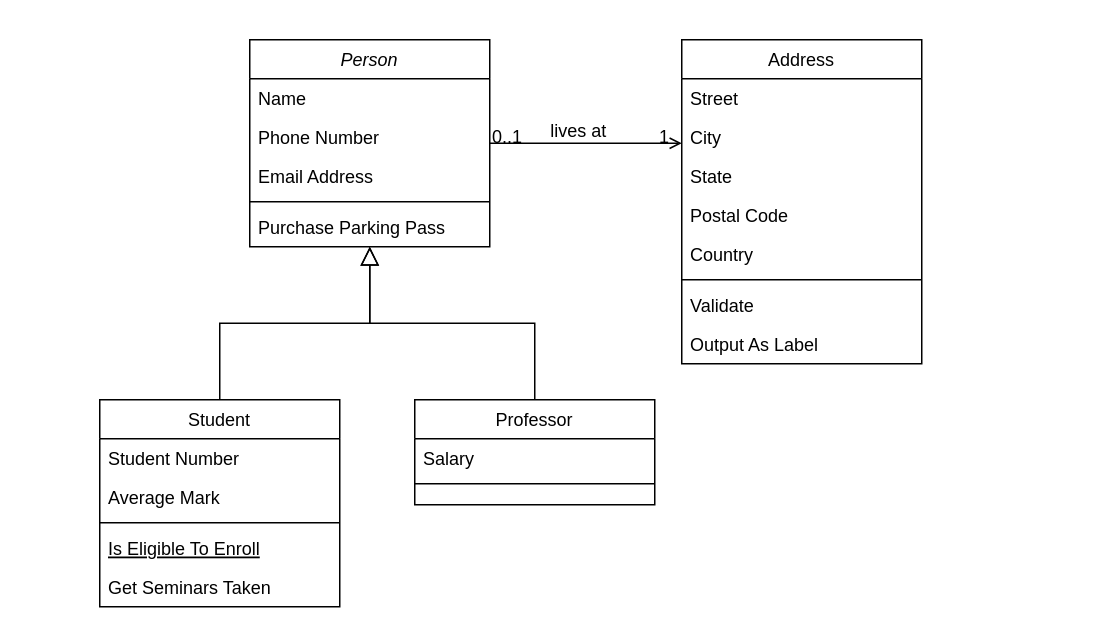
Earlier version of the draw.io diagram UML/Diagram zonder titel.drawio (TygoB-B5/Warworks). Source tidied: cells renumbered, new cells numbered last; positions are measured from the earlier drawing's top-left corner, leaving out a move shared by most shapes. Both pictures are drawn from the tidied source at 150%, with x=0, y=0 at pixel (99, 39).
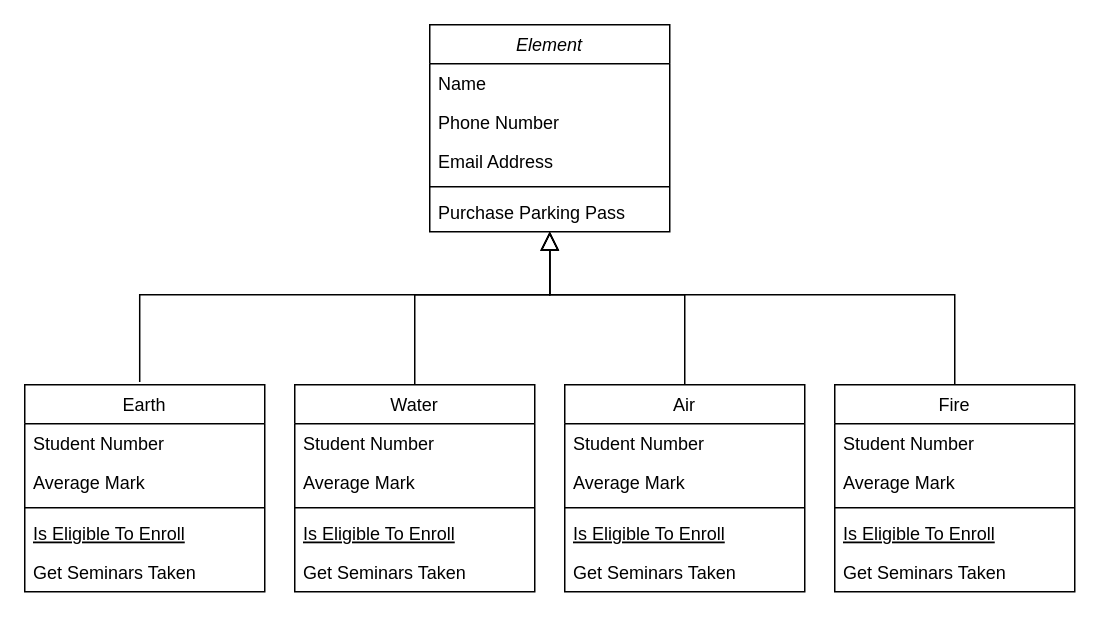
The same page after the edit.

Unchanged cells that the change refers to:
```xml
<mxCell id="7" value="Purchase Parking Pass" style="text;align=left;verticalAlign=top;spacingLeft=4;spacingRight=4;overflow=hidden;points=[[0,0.5],[1,0.5]];portConstraint=eastwest;" parent="2" vertex="1">
  <mxGeometry y="112" width="160" height="26" as="geometry" />
</mxCell>
```

Change to the diagram source:
```diff
@@
-    <mxCell id="2" value="Person" style="swimlane;fontStyle=2;align=center;verticalAlign=top;horizontal=1;startSize=26;rounded=0;shadow=0;strokeWidth=1;" parent="1" vertex="1">
-      <mxGeometry x="100" width="160" height="138" as="geometry" />
+    <mxCell id="2" value="Element" style="swimlane;fontStyle=2;align=center;verticalAlign=top;horizontal=1;startSize=26;rounded=0;shadow=0;strokeWidth=1;" parent="1" vertex="1">
+      <mxGeometry x="220" y="-10" width="160" height="138" as="geometry" />
     </mxCell>
@@
-    <mxCell id="8" value="Student" style="swimlane;fontStyle=0;align=center;verticalAlign=top;horizontal=1;startSize=26;rounded=0;shadow=0;strokeWidth=1;" parent="1" vertex="1">
-      <mxGeometry y="240" width="160" height="138" as="geometry" />
+    <mxCell id="8" value="Water" style="swimlane;fontStyle=0;align=center;verticalAlign=top;horizontal=1;startSize=26;rounded=0;shadow=0;strokeWidth=1;" parent="1" vertex="1">
+      <mxGeometry x="130" y="230" width="160" height="138" as="geometry" />
     </mxCell>
@@
     <mxCell id="14" style="endArrow=block;endSize=10;endFill=0;shadow=0;strokeWidth=1;rounded=0;edgeStyle=elbowEdgeStyle;elbow=vertical;" parent="1" edge="1" source="8" target="2">
-      <mxGeometry relative="1" as="geometry" />
+      <mxGeometry relative="1" as="geometry">
+        <Array as="points">
+          <mxPoint x="300" y="170" />
+        </Array>
+      </mxGeometry>
     </mxCell>
-    <mxCell id="15" value="Professor" style="swimlane;fontStyle=0;align=center;verticalAlign=top;horizontal=1;startSize=26;rounded=0;shadow=0;strokeWidth=1;" parent="1" vertex="1">
-      <mxGeometry x="210" y="240" width="160" height="70" as="geometry" />
-    </mxCell>
-    <mxCell id="16" value="Salary" style="text;align=left;verticalAlign=top;spacingLeft=4;spacingRight=4;overflow=hidden;" parent="15" vertex="1">
-      <mxGeometry y="26" width="160" height="26" as="geometry" />
-    </mxCell>
-    <mxCell id="17" style="line;html=1;strokeWidth=1;align=left;verticalAlign=middle;spacingTop=-1;spacingLeft=3;spacingRight=3;labelPosition=right;" parent="15" vertex="1">
-      <mxGeometry y="52" width="160" height="8" as="geometry" />
-    </mxCell>
-    <mxCell id="18" style="endArrow=block;endSize=10;endFill=0;shadow=0;strokeWidth=1;rounded=0;edgeStyle=elbowEdgeStyle;elbow=vertical;" parent="1" edge="1" source="15" target="2">
-      <mxGeometry relative="1" as="geometry" />
+    <mxCell id="18" style="endArrow=block;endSize=10;endFill=0;shadow=0;strokeWidth=1;rounded=0;edgeStyle=elbowEdgeStyle;elbow=vertical;exitX=0.5;exitY=0;exitDx=0;exitDy=0;" parent="1" edge="1" source="32" target="2">
+      <mxGeometry relative="1" as="geometry">
+        <Array as="points">
+          <mxPoint x="300" y="170" />
+          <mxPoint x="320" y="170" />
+          <mxPoint x="310" y="140" />
+          <mxPoint x="300" y="170" />
+          <mxPoint x="390" y="220" />
+          <mxPoint x="300" y="180" />
+        </Array>
+      </mxGeometry>
     </mxCell>
-    <mxCell id="19" value="Address" style="swimlane;fontStyle=0;align=center;verticalAlign=top;horizontal=1;startSize=26;rounded=0;shadow=0;strokeWidth=1;" parent="1" vertex="1">
-      <mxGeometry x="388" width="160" height="216" as="geometry" />
-    </mxCell>
-    <mxCell id="20" value="Street" style="text;align=left;verticalAlign=top;spacingLeft=4;spacingRight=4;overflow=hidden;" parent="19" vertex="1">
-      <mxGeometry y="26" width="160" height="26" as="geometry" />
-    </mxCell>
-    <mxCell id="21" value="City" style="text;align=left;verticalAlign=top;spacingLeft=4;spacingRight=4;overflow=hidden;rounded=0;shadow=0;html=0;" parent="19" vertex="1">
-      <mxGeometry y="52" width="160" height="26" as="geometry" />
-    </mxCell>
-    <mxCell id="22" value="State" style="text;align=left;verticalAlign=top;spacingLeft=4;spacingRight=4;overflow=hidden;rounded=0;shadow=0;html=0;" parent="19" vertex="1">
-      <mxGeometry y="78" width="160" height="26" as="geometry" />
-    </mxCell>
-    <mxCell id="23" value="Postal Code" style="text;align=left;verticalAlign=top;spacingLeft=4;spacingRight=4;overflow=hidden;rounded=0;shadow=0;html=0;" parent="19" vertex="1">
-      <mxGeometry y="104" width="160" height="26" as="geometry" />
-    </mxCell>
-    <mxCell id="24" value="Country" style="text;align=left;verticalAlign=top;spacingLeft=4;spacingRight=4;overflow=hidden;rounded=0;shadow=0;html=0;" parent="19" vertex="1">
-      <mxGeometry y="130" width="160" height="26" as="geometry" />
-    </mxCell>
-    <mxCell id="25" style="line;html=1;strokeWidth=1;align=left;verticalAlign=middle;spacingTop=-1;spacingLeft=3;spacingRight=3;labelPosition=right;" parent="19" vertex="1">
-      <mxGeometry y="156" width="160" height="8" as="geometry" />
-    </mxCell>
-    <mxCell id="26" value="Validate" style="text;align=left;verticalAlign=top;spacingLeft=4;spacingRight=4;overflow=hidden;" parent="19" vertex="1">
-      <mxGeometry y="164" width="160" height="26" as="geometry" />
-    </mxCell>
-    <mxCell id="27" value="Output As Label" style="text;align=left;verticalAlign=top;spacingLeft=4;spacingRight=4;overflow=hidden;" parent="19" vertex="1">
-      <mxGeometry y="190" width="160" height="26" as="geometry" />
-    </mxCell>
-    <mxCell id="28" style="endArrow=open;shadow=0;strokeWidth=1;rounded=0;endFill=1;edgeStyle=elbowEdgeStyle;elbow=vertical;" parent="1" edge="1" source="2" target="19">
-      <mxGeometry x="0.5" y="41" relative="1" as="geometry">
-        <mxPoint x="-40" y="32" as="offset" />
-      </mxGeometry>
-    </mxCell>
-    <mxCell id="29" value="0..1" style="align=left;verticalAlign=bottom;labelBackgroundColor=none;fontSize=12;" parent="28" vertex="1">
-      <mxGeometry x="-1" relative="1" as="geometry">
-        <mxPoint y="4" as="offset" />
-      </mxGeometry>
-    </mxCell>
-    <mxCell id="30" value="1" style="align=right;verticalAlign=bottom;labelBackgroundColor=none;fontSize=12;" parent="28" vertex="1">
-      <mxGeometry x="1" relative="1" as="geometry">
-        <mxPoint x="-7" y="4" as="offset" />
-      </mxGeometry>
-    </mxCell>
-    <mxCell id="31" value="lives at" style="text;html=1;align=center;verticalAlign=middle;labelBackgroundColor=none;rounded=0;shadow=0;strokeWidth=1;fontSize=12;" parent="28" vertex="1">
-      <mxGeometry x="0.5" y="49" relative="1" as="geometry">
-        <mxPoint x="-38" y="40" as="offset" />
-      </mxGeometry>
-    </mxCell>
+    <mxCell id="32" value="Air" style="swimlane;fontStyle=0;align=center;verticalAlign=top;horizontal=1;startSize=26;rounded=0;shadow=0;strokeWidth=1;" parent="1" vertex="1">
+      <mxGeometry x="310" y="230" width="160" height="138" as="geometry" />
+    </mxCell>
+    <mxCell id="33" value="Student Number" style="text;align=left;verticalAlign=top;spacingLeft=4;spacingRight=4;overflow=hidden;" parent="32" vertex="1">
+      <mxGeometry y="26" width="160" height="26" as="geometry" />
+    </mxCell>
+    <mxCell id="34" value="Average Mark" style="text;align=left;verticalAlign=top;spacingLeft=4;spacingRight=4;overflow=hidden;rounded=0;shadow=0;html=0;" parent="32" vertex="1">
+      <mxGeometry y="52" width="160" height="26" as="geometry" />
+    </mxCell>
+    <mxCell id="35" style="line;html=1;strokeWidth=1;align=left;verticalAlign=middle;spacingTop=-1;spacingLeft=3;spacingRight=3;labelPosition=right;" parent="32" vertex="1">
+      <mxGeometry y="78" width="160" height="8" as="geometry" />
+    </mxCell>
+    <mxCell id="36" value="Is Eligible To Enroll" style="text;align=left;verticalAlign=top;spacingLeft=4;spacingRight=4;overflow=hidden;fontStyle=4;" parent="32" vertex="1">
+      <mxGeometry y="86" width="160" height="26" as="geometry" />
+    </mxCell>
+    <mxCell id="37" value="Get Seminars Taken" style="text;align=left;verticalAlign=top;spacingLeft=4;spacingRight=4;overflow=hidden;" parent="32" vertex="1">
+      <mxGeometry y="112" width="160" height="26" as="geometry" />
+    </mxCell>
+    <mxCell id="38" value="Fire" style="swimlane;fontStyle=0;align=center;verticalAlign=top;horizontal=1;startSize=26;rounded=0;shadow=0;strokeWidth=1;" parent="1" vertex="1">
+      <mxGeometry x="490" y="230" width="160" height="138" as="geometry" />
+    </mxCell>
+    <mxCell id="39" value="Student Number" style="text;align=left;verticalAlign=top;spacingLeft=4;spacingRight=4;overflow=hidden;" parent="38" vertex="1">
+      <mxGeometry y="26" width="160" height="26" as="geometry" />
+    </mxCell>
+    <mxCell id="40" value="Average Mark" style="text;align=left;verticalAlign=top;spacingLeft=4;spacingRight=4;overflow=hidden;rounded=0;shadow=0;html=0;" parent="38" vertex="1">
+      <mxGeometry y="52" width="160" height="26" as="geometry" />
+    </mxCell>
+    <mxCell id="41" style="line;html=1;strokeWidth=1;align=left;verticalAlign=middle;spacingTop=-1;spacingLeft=3;spacingRight=3;labelPosition=right;" parent="38" vertex="1">
+      <mxGeometry y="78" width="160" height="8" as="geometry" />
+    </mxCell>
+    <mxCell id="42" value="Is Eligible To Enroll" style="text;align=left;verticalAlign=top;spacingLeft=4;spacingRight=4;overflow=hidden;fontStyle=4;" parent="38" vertex="1">
+      <mxGeometry y="86" width="160" height="26" as="geometry" />
+    </mxCell>
+    <mxCell id="43" value="Get Seminars Taken" style="text;align=left;verticalAlign=top;spacingLeft=4;spacingRight=4;overflow=hidden;" parent="38" vertex="1">
+      <mxGeometry y="112" width="160" height="26" as="geometry" />
+    </mxCell>
+    <mxCell id="44" value="Earth" style="swimlane;fontStyle=0;align=center;verticalAlign=top;horizontal=1;startSize=26;rounded=0;shadow=0;strokeWidth=1;" parent="1" vertex="1">
+      <mxGeometry x="-50" y="230" width="160" height="138" as="geometry" />
+    </mxCell>
+    <mxCell id="45" value="Student Number" style="text;align=left;verticalAlign=top;spacingLeft=4;spacingRight=4;overflow=hidden;" parent="44" vertex="1">
+      <mxGeometry y="26" width="160" height="26" as="geometry" />
+    </mxCell>
+    <mxCell id="46" value="Average Mark" style="text;align=left;verticalAlign=top;spacingLeft=4;spacingRight=4;overflow=hidden;rounded=0;shadow=0;html=0;" parent="44" vertex="1">
+      <mxGeometry y="52" width="160" height="26" as="geometry" />
+    </mxCell>
+    <mxCell id="47" style="line;html=1;strokeWidth=1;align=left;verticalAlign=middle;spacingTop=-1;spacingLeft=3;spacingRight=3;labelPosition=right;" parent="44" vertex="1">
+      <mxGeometry y="78" width="160" height="8" as="geometry" />
+    </mxCell>
+    <mxCell id="48" value="Is Eligible To Enroll" style="text;align=left;verticalAlign=top;spacingLeft=4;spacingRight=4;overflow=hidden;fontStyle=4;" parent="44" vertex="1">
+      <mxGeometry y="86" width="160" height="26" as="geometry" />
+    </mxCell>
+    <mxCell id="49" value="Get Seminars Taken" style="text;align=left;verticalAlign=top;spacingLeft=4;spacingRight=4;overflow=hidden;" parent="44" vertex="1">
+      <mxGeometry y="112" width="160" height="26" as="geometry" />
+    </mxCell>
+    <mxCell id="50" style="endArrow=block;endSize=10;endFill=0;shadow=0;strokeWidth=1;rounded=0;edgeStyle=elbowEdgeStyle;elbow=vertical;exitX=0.5;exitY=0;exitDx=0;exitDy=0;" parent="1" edge="1" source="38">
+      <mxGeometry relative="1" as="geometry">
+        <mxPoint x="300" y="128" as="targetPoint" />
+        <Array as="points">
+          <mxPoint x="300" y="170" />
+          <mxPoint x="320" y="170" />
+          <mxPoint x="310" y="140" />
+          <mxPoint x="300" y="170" />
+          <mxPoint x="390" y="220" />
+          <mxPoint x="300" y="180" />
+        </Array>
+      </mxGeometry>
+    </mxCell>
+    <mxCell id="51" style="endArrow=block;endSize=10;endFill=0;shadow=0;strokeWidth=1;rounded=0;edgeStyle=elbowEdgeStyle;elbow=vertical;exitX=0.479;exitY=-0.013;exitDx=0;exitDy=0;exitPerimeter=0;" parent="1" edge="1" source="44" target="7">
+      <mxGeometry relative="1" as="geometry">
+        <Array as="points">
+          <mxPoint x="160" y="170" />
+          <mxPoint x="310" y="180" />
+          <mxPoint x="330" y="180" />
+          <mxPoint x="320" y="150" />
+          <mxPoint x="310" y="180" />
+          <mxPoint x="400" y="230" />
+          <mxPoint x="310" y="190" />
+        </Array>
+      </mxGeometry>
+    </mxCell>
```
